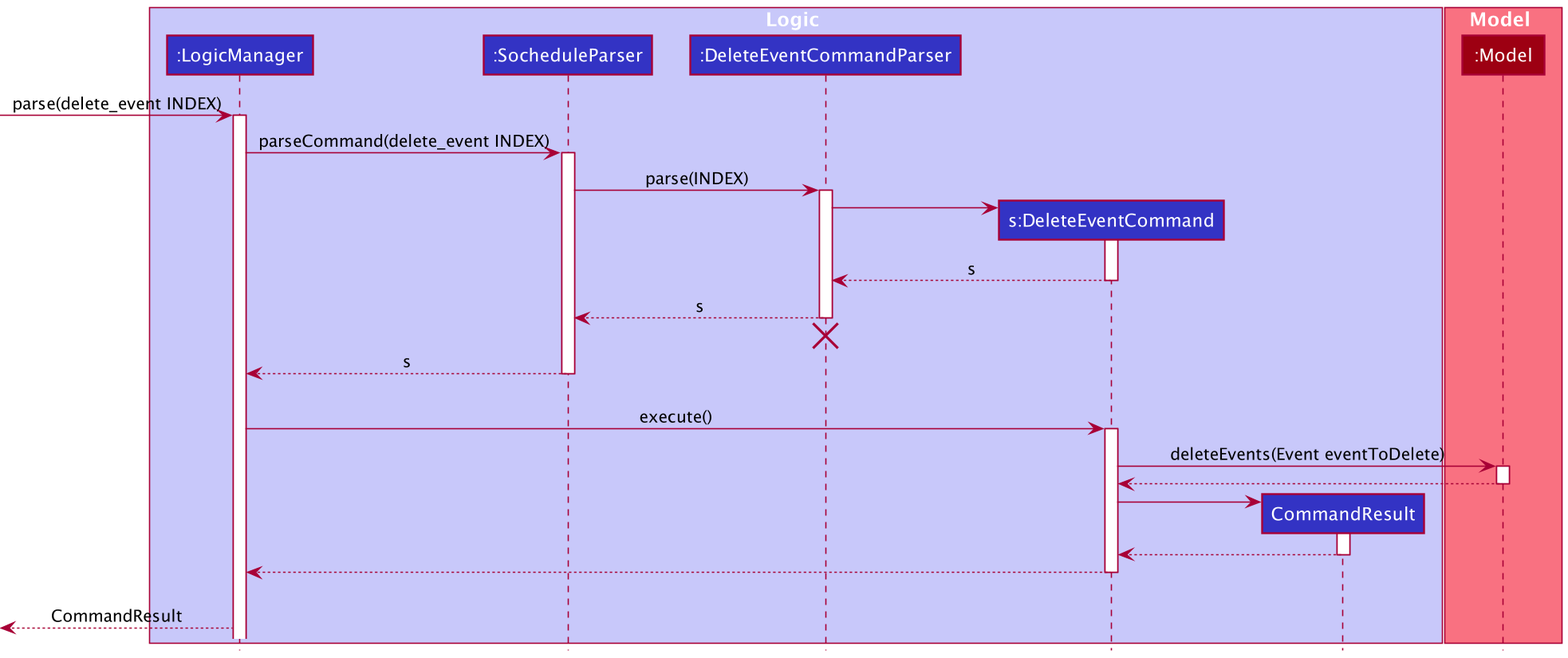
Earlier version of the PlantUML export docs/images/DeleteEventCommandSequenceDiagram.png (nus-cs2103-AY2021S2/tp).
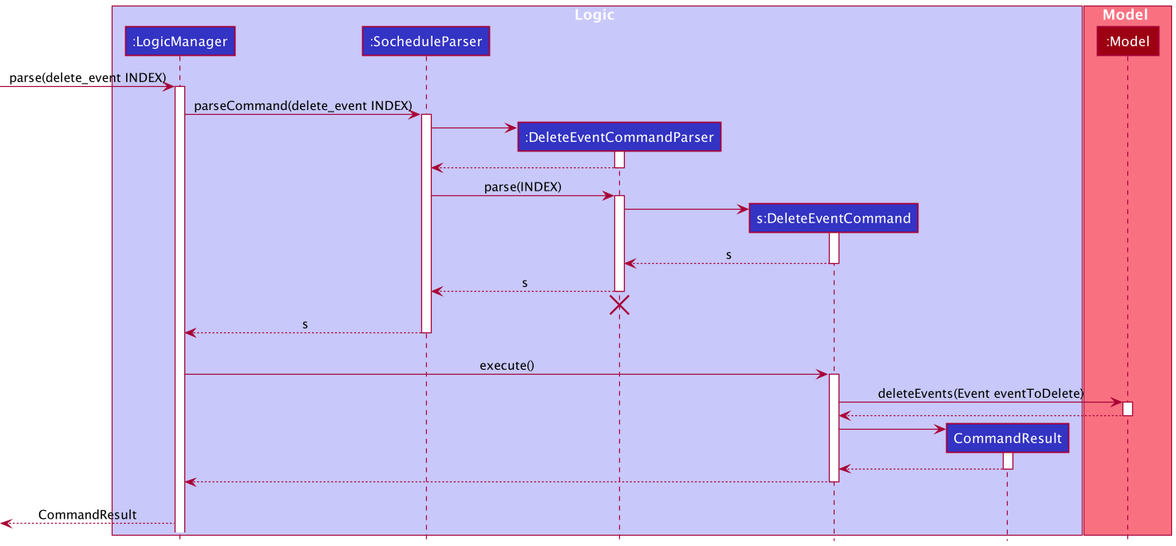
Above is the later version.

What changed in the source:
```diff
@@ -18,6 +18,13 @@
 
 LogicManager -> SocheduleParser : parseCommand(delete_event INDEX)
 activate SocheduleParser
+
+create DeleteEventCommandParser
+SocheduleParser -> DeleteEventCommandParser
+activate DeleteEventCommandParser
+
+DeleteEventCommandParser --> SocheduleParser
+deactivate DeleteEventCommandParser
 
 SocheduleParser -> DeleteEventCommandParser: parse(INDEX)
 activate DeleteEventCommandParser
```
